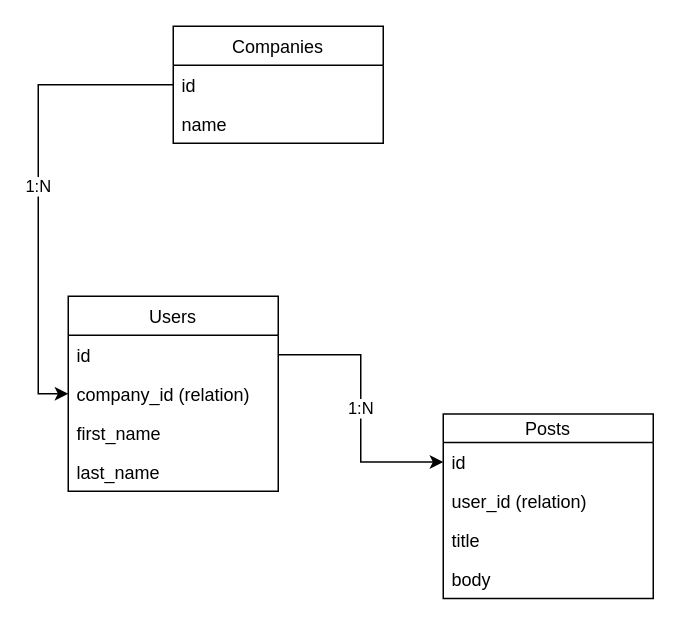
The draw.io diagram docs/infinite.drawio in acadea/laravel_api_resource_demo, before the edit. Source tidied: cells renumbered, new cells numbered last; positions are measured from the earlier drawing's top-left corner, leaving out a move shared by most shapes. Both pictures are drawn from the tidied source at 150%, with x=0, y=0 at pixel (68, 26).
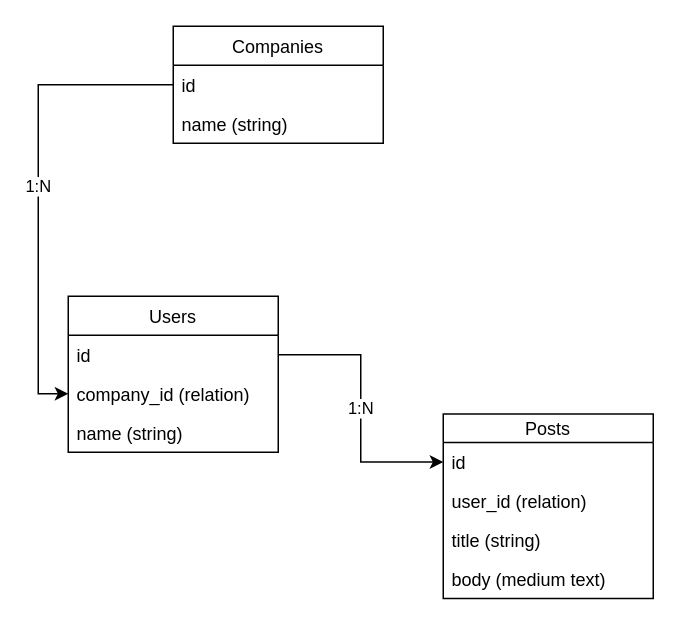
Above is the later version.

Diff of the diagram source:
```diff
@@
 <mxGraphModel background="#ffffff">
   <root>
     <mxCell id="0" />
     <mxCell id="1" parent="0" />
     <mxCell id="2" value="Users" style="swimlane;fontStyle=0;horizontal=1;startSize=26;fillColor=none;" parent="1" vertex="1">
-      <mxGeometry y="180" width="140" height="130" as="geometry" />
+      <mxGeometry y="180" width="140" height="104" as="geometry" />
     </mxCell>
     <mxCell id="3" value="id" style="text;strokeColor=none;fillColor=none;align=left;verticalAlign=top;spacingLeft=4;spacingRight=4;overflow=hidden;points=[[0,0.5],[1,0.5]];portConstraint=eastwest;" parent="2" vertex="1">
       <mxGeometry y="26" width="140" height="26" as="geometry" />
     </mxCell>
     <mxCell id="4" value="company_id (relation)" style="text;strokeColor=none;fillColor=none;align=left;verticalAlign=top;spacingLeft=4;spacingRight=4;overflow=hidden;points=[[0,0.5],[1,0.5]];portConstraint=eastwest;" parent="2" vertex="1">
       <mxGeometry y="52" width="140" height="26" as="geometry" />
     </mxCell>
-    <mxCell id="5" value="first_name" style="text;strokeColor=none;fillColor=none;align=left;verticalAlign=top;spacingLeft=4;spacingRight=4;overflow=hidden;" parent="2" vertex="1">
+    <mxCell id="5" value="name (string)" style="text;strokeColor=none;fillColor=none;align=left;verticalAlign=top;spacingLeft=4;spacingRight=4;overflow=hidden;" parent="2" vertex="1">
       <mxGeometry y="78" width="140" height="26" as="geometry" />
     </mxCell>
-    <mxCell id="6" value="last_name" style="text;strokeColor=none;fillColor=none;align=left;verticalAlign=top;spacingLeft=4;spacingRight=4;overflow=hidden;" parent="2" vertex="1">
-      <mxGeometry y="104" width="140" height="26" as="geometry" />
-    </mxCell>
     <mxCell id="7" value="Companies" style="swimlane;fontStyle=0;horizontal=1;startSize=26;fillColor=none;" parent="1" vertex="1">
       <mxGeometry x="70" width="140" height="78" as="geometry" />
     </mxCell>
     <mxCell id="8" value="id" style="text;strokeColor=none;fillColor=none;align=left;verticalAlign=top;spacingLeft=4;spacingRight=4;overflow=hidden;points=[[0,0.5],[1,0.5]];portConstraint=eastwest;" parent="7" vertex="1">
       <mxGeometry y="26" width="140" height="26" as="geometry" />
     </mxCell>
-    <mxCell id="9" value="name" style="text;strokeColor=none;fillColor=none;align=left;verticalAlign=top;spacingLeft=4;spacingRight=4;overflow=hidden;" parent="7" vertex="1">
+    <mxCell id="9" value="name (string)" style="text;strokeColor=none;fillColor=none;align=left;verticalAlign=top;spacingLeft=4;spacingRight=4;overflow=hidden;" parent="7" vertex="1">
       <mxGeometry y="52" width="140" height="26" as="geometry" />
     </mxCell>
     <mxCell id="10" value="Posts" style="swimlane;fontStyle=0;horizontal=1;startSize=19;fillColor=none;" parent="1" vertex="1">
       <mxGeometry x="250" y="258.5" width="140" height="123" as="geometry" />
     </mxCell>
     <mxCell id="11" value="id" style="text;strokeColor=none;fillColor=none;align=left;verticalAlign=top;spacingLeft=4;spacingRight=4;overflow=hidden;points=[[0,0.5],[1,0.5]];portConstraint=eastwest;" parent="10" vertex="1">
       <mxGeometry y="19" width="140" height="26" as="geometry" />
     </mxCell>
     <mxCell id="12" value="user_id (relation)" style="text;strokeColor=none;fillColor=none;align=left;verticalAlign=top;spacingLeft=4;spacingRight=4;overflow=hidden;" parent="10" vertex="1">
       <mxGeometry y="45" width="140" height="26" as="geometry" />
     </mxCell>
-    <mxCell id="13" value="title" style="text;strokeColor=none;fillColor=none;align=left;verticalAlign=top;spacingLeft=4;spacingRight=4;overflow=hidden;" parent="10" vertex="1">
+    <mxCell id="13" value="title (string)" style="text;strokeColor=none;fillColor=none;align=left;verticalAlign=top;spacingLeft=4;spacingRight=4;overflow=hidden;" parent="10" vertex="1">
       <mxGeometry y="71" width="140" height="26" as="geometry" />
     </mxCell>
-    <mxCell id="14" value="body" style="text;strokeColor=none;fillColor=none;align=left;verticalAlign=top;spacingLeft=4;spacingRight=4;overflow=hidden;" parent="10" vertex="1">
+    <mxCell id="14" value="body (medium text)" style="text;strokeColor=none;fillColor=none;align=left;verticalAlign=top;spacingLeft=4;spacingRight=4;overflow=hidden;" parent="10" vertex="1">
       <mxGeometry y="97" width="140" height="26" as="geometry" />
     </mxCell>
     <mxCell id="15" value="1:N" style="edgeStyle=orthogonalEdgeStyle;rounded=0;jettySize=auto;html=1;" parent="1" edge="1" source="3" target="11">
       <mxGeometry relative="1" as="geometry" />
     </mxCell>
     <mxCell id="16" value="1:N" style="edgeStyle=orthogonalEdgeStyle;rounded=0;jettySize=auto;html=1;entryX=0;entryY=0.5;entryDx=0;entryDy=0;" parent="1" edge="1" source="8" target="4">
       <mxGeometry relative="1" as="geometry" />
     </mxCell>
   </root>
 </mxGraphModel>
```
